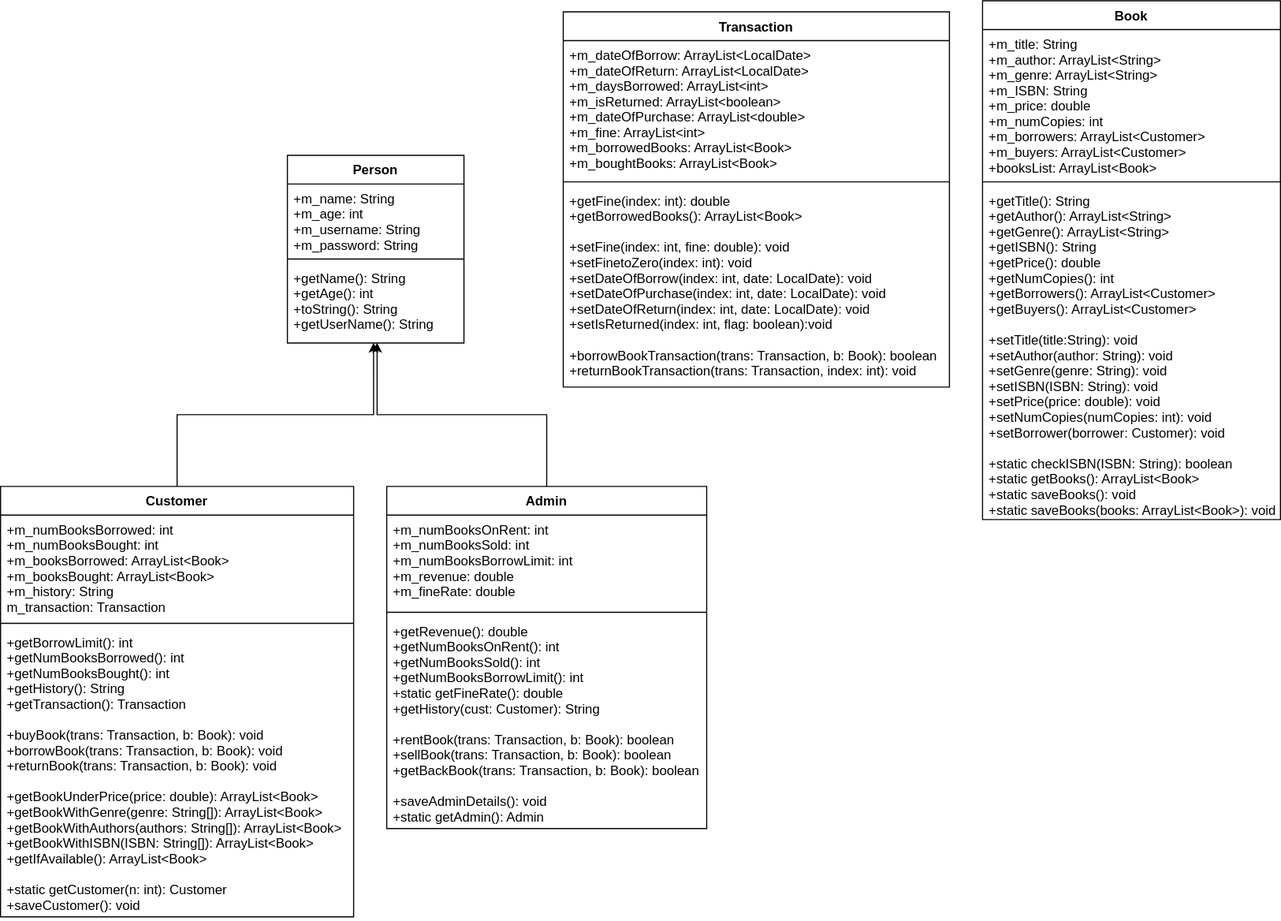
Before: Library/control-flows/Library.svg, a diagram exported from draw.io (adarsh-kishore786/IT-Project). Source tidied: cells renumbered, new cells last; positions are measured from the earlier drawing's top-left corner, leaving out a move shared by most shapes.
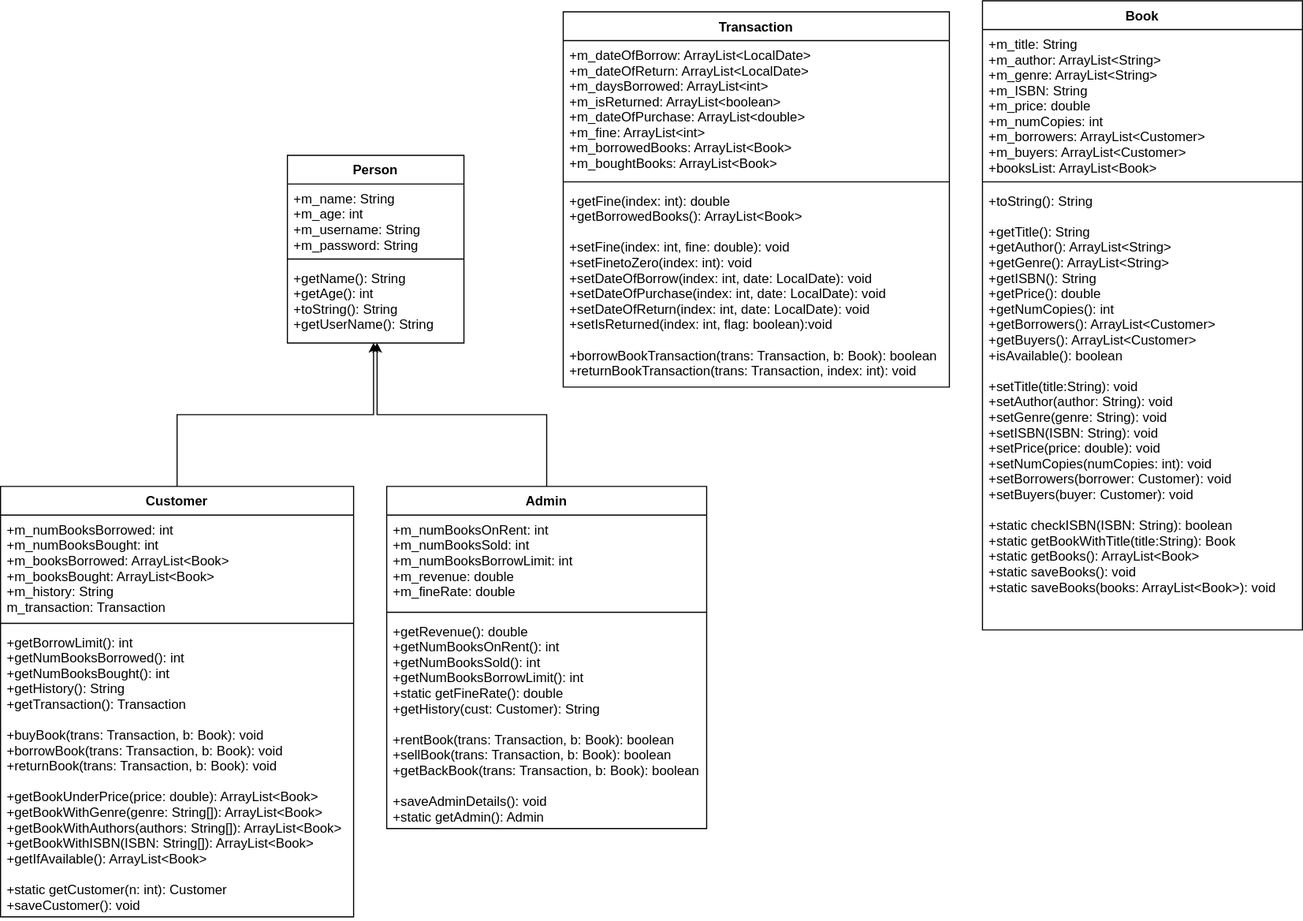
After the commit.

The edit, as a diff of the source:
```diff
@@ -45,16 +45,16 @@
       <mxGeometry y="118" width="290" height="192" as="geometry" />
     </mxCell>
     <mxCell id="16" value="Book" style="swimlane;fontStyle=1;align=center;verticalAlign=top;horizontal=1;startSize=26;" parent="1" vertex="1">
-      <mxGeometry x="890" width="270" height="470" as="geometry" />
+      <mxGeometry x="890" width="290" height="570" as="geometry" />
     </mxCell>
     <mxCell id="17" value="+m_title: String&#10;+m_author: ArrayList&lt;String&gt;&#10;+m_genre: ArrayList&lt;String&gt;&#10;+m_ISBN: String&#10;+m_price: double&#10;+m_numCopies: int&#10;+m_borrowers: ArrayList&lt;Customer&gt;&#10;+m_buyers: ArrayList&lt;Customer&gt;&#10;+booksList: ArrayList&lt;Book&gt;" style="text;strokeColor=none;fillColor=none;align=left;verticalAlign=top;spacingLeft=4;spacingRight=4;overflow=hidden;" parent="16" vertex="1">
-      <mxGeometry y="26" width="270" height="134" as="geometry" />
+      <mxGeometry y="26" width="290" height="134" as="geometry" />
     </mxCell>
     <mxCell id="18" style="line;strokeWidth=1;fillColor=none;align=left;verticalAlign=middle;spacingTop=-1;spacingLeft=3;spacingRight=3;labelPosition=right;" parent="16" vertex="1">
-      <mxGeometry y="160" width="270" height="8" as="geometry" />
+      <mxGeometry y="160" width="290" height="8" as="geometry" />
     </mxCell>
-    <mxCell id="19" value="+getTitle(): String&#10;+getAuthor(): ArrayList&lt;String&gt;&#10;+getGenre(): ArrayList&lt;String&gt;&#10;+getISBN(): String&#10;+getPrice(): double&#10;+getNumCopies(): int&#10;+getBorrowers(): ArrayList&lt;Customer&gt;&#10;+getBuyers(): ArrayList&lt;Customer&gt;&#10;&#10;+setTitle(title:String): void&#10;+setAuthor(author: String): void&#10;+setGenre(genre: String): void&#10;+setISBN(ISBN: String): void&#10;+setPrice(price: double): void&#10;+setNumCopies(numCopies: int): void&#10;+setBorrower(borrower: Customer): void&#10;&#10;+static checkISBN(ISBN: String): boolean&#10;+static getBooks(): ArrayList&lt;Book&gt;&#10;+static saveBooks(): void&#10;+static saveBooks(books: ArrayList&lt;Book&gt;): void" style="text;strokeColor=none;fillColor=none;align=left;verticalAlign=top;spacingLeft=4;spacingRight=4;overflow=hidden;" parent="16" vertex="1">
-      <mxGeometry y="168" width="270" height="302" as="geometry" />
+    <mxCell id="19" value="+toString(): String &#10;&#10;+getTitle(): String&#10;+getAuthor(): ArrayList&lt;String&gt;&#10;+getGenre(): ArrayList&lt;String&gt;&#10;+getISBN(): String&#10;+getPrice(): double&#10;+getNumCopies(): int&#10;+getBorrowers(): ArrayList&lt;Customer&gt;&#10;+getBuyers(): ArrayList&lt;Customer&gt;&#10;+isAvailable(): boolean&#10;&#10;+setTitle(title:String): void&#10;+setAuthor(author: String): void&#10;+setGenre(genre: String): void&#10;+setISBN(ISBN: String): void&#10;+setPrice(price: double): void&#10;+setNumCopies(numCopies: int): void&#10;+setBorrowers(borrower: Customer): void&#10;+setBuyers(buyer: Customer): void&#10;&#10;+static checkISBN(ISBN: String): boolean&#10;+static getBookWithTitle(title:String): Book&#10;+static getBooks(): ArrayList&lt;Book&gt;&#10;+static saveBooks(): void&#10;+static saveBooks(books: ArrayList&lt;Book&gt;): void" style="text;strokeColor=none;fillColor=none;align=left;verticalAlign=top;spacingLeft=4;spacingRight=4;overflow=hidden;" parent="16" vertex="1">
+      <mxGeometry y="168" width="290" height="402" as="geometry" />
     </mxCell>
     <mxCell id="20" value="Transaction" style="swimlane;fontStyle=1;align=center;verticalAlign=top;horizontal=1;startSize=26;" parent="1" vertex="1">
       <mxGeometry x="510" y="10" width="350" height="340" as="geometry" />
```
